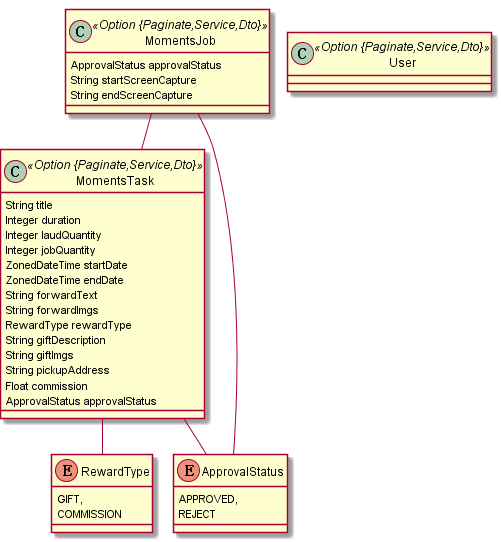
Above: models/task.png in lsfoo/share-task (PlantUML), before the change.
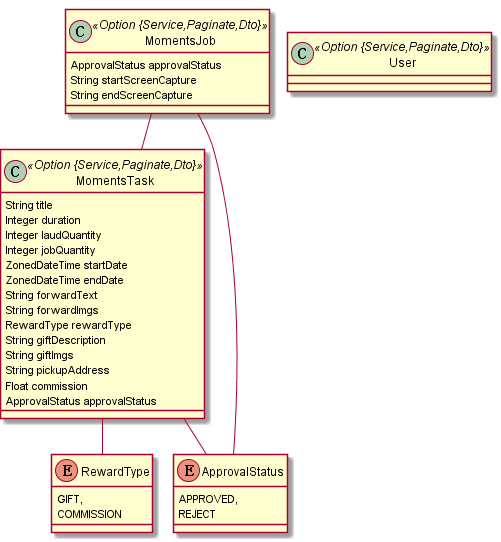
After the change.

Change to the diagram source:
```diff
@@ -1,7 +1,7 @@
 @startuml
 	!pragma graphviz_dot jdot
 	!pragma syntax class
-	class MomentsTask <<Option {Paginate,Service,Dto}>> {
+	class MomentsTask <<Option {Service,Paginate,Dto}>> {
 		String title
 		Integer duration
 		Integer laudQuantity
@@ -27,13 +27,13 @@
 		APPROVED,
 		REJECT
 	}
-	class MomentsJob <<Option {Paginate,Service,Dto}>> {
+	class MomentsJob <<Option {Service,Paginate,Dto}>> {
 		ApprovalStatus approvalStatus
 		String startScreenCapture
 		String endScreenCapture
 	}
 	MomentsJob ..> ApprovalStatus
 	MomentsJob  "task(title) 0..* " o-- "0..1 "  MomentsTask
-	class User <<Option {Paginate,Service,Dto}>> {
+	class User <<Option {Service,Paginate,Dto}>> {
 	}
 @enduml
```
